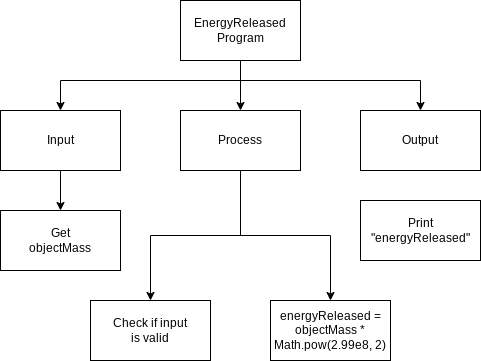
Above: design/top_down.png in Emmanuel-Fofeyin/ICS4U-Intro1-01-Typescript (draw.io), before the change. Source tidied: cells renumbered, new cells last; positions are measured from the earlier drawing's top-left corner, leaving out a move shared by most shapes. Source of this version:
```xml
<mxGraphModel>
  <root>
    <mxCell id="0" />
    <mxCell id="1" parent="0" />
    <mxCell id="2" style="edgeStyle=none;html=1;entryX=0.5;entryY=0;entryDx=0;entryDy=0;" parent="1" edge="1" source="5" target="10">
      <mxGeometry relative="1" as="geometry" />
    </mxCell>
    <mxCell id="3" style="edgeStyle=orthogonalEdgeStyle;html=1;entryX=0.5;entryY=0;entryDx=0;entryDy=0;rounded=0;" parent="1" edge="1" source="5" target="7">
      <mxGeometry relative="1" as="geometry">
        <Array as="points">
          <mxPoint x="240" y="80" />
          <mxPoint x="60" y="80" />
        </Array>
      </mxGeometry>
    </mxCell>
    <mxCell id="4" style="edgeStyle=orthogonalEdgeStyle;rounded=0;html=1;entryX=0.5;entryY=0;entryDx=0;entryDy=0;" parent="1" edge="1" source="5" target="11">
      <mxGeometry relative="1" as="geometry">
        <Array as="points">
          <mxPoint x="240" y="80" />
          <mxPoint x="420" y="80" />
        </Array>
      </mxGeometry>
    </mxCell>
    <mxCell id="5" value="EnergyReleased&lt;br&gt;Program" style="rounded=0;whiteSpace=wrap;html=1;" parent="1" vertex="1">
      <mxGeometry x="180" width="120" height="60" as="geometry" />
    </mxCell>
    <mxCell id="6" style="edgeStyle=orthogonalEdgeStyle;rounded=0;html=1;entryX=0.5;entryY=0;entryDx=0;entryDy=0;" parent="1" edge="1" source="7" target="12">
      <mxGeometry relative="1" as="geometry" />
    </mxCell>
    <mxCell id="7" value="Input" style="rounded=0;whiteSpace=wrap;html=1;" parent="1" vertex="1">
      <mxGeometry y="110" width="120" height="60" as="geometry" />
    </mxCell>
    <mxCell id="8" style="edgeStyle=orthogonalEdgeStyle;rounded=0;html=1;entryX=0.5;entryY=0;entryDx=0;entryDy=0;" parent="1" edge="1" source="10" target="13">
      <mxGeometry relative="1" as="geometry" />
    </mxCell>
    <mxCell id="9" style="edgeStyle=orthogonalEdgeStyle;rounded=0;html=1;entryX=0.5;entryY=0;entryDx=0;entryDy=0;" parent="1" edge="1" source="10" target="14">
      <mxGeometry relative="1" as="geometry" />
    </mxCell>
    <mxCell id="10" value="Process" style="rounded=0;whiteSpace=wrap;html=1;" parent="1" vertex="1">
      <mxGeometry x="180" y="110" width="120" height="60" as="geometry" />
    </mxCell>
    <mxCell id="11" value="Output" style="rounded=0;whiteSpace=wrap;html=1;" parent="1" vertex="1">
      <mxGeometry x="360" y="110" width="120" height="60" as="geometry" />
    </mxCell>
    <mxCell id="12" value="Get&lt;br&gt;objectMass" style="rounded=0;whiteSpace=wrap;html=1;" parent="1" vertex="1">
      <mxGeometry y="210" width="120" height="60" as="geometry" />
    </mxCell>
    <mxCell id="13" value="Check if input &lt;br&gt;is valid" style="rounded=0;whiteSpace=wrap;html=1;" parent="1" vertex="1">
      <mxGeometry x="90" y="300" width="120" height="60" as="geometry" />
    </mxCell>
    <mxCell id="14" value="&lt;div&gt;energyReleased = objectMass * Math.pow(2.99e8, 2)&lt;/div&gt;" style="rounded=0;whiteSpace=wrap;html=1;" parent="1" vertex="1">
      <mxGeometry x="270" y="300" width="120" height="60" as="geometry" />
    </mxCell>
    <mxCell id="15" value="Print&lt;br&gt;&quot;energyReleased&quot;" style="rounded=0;whiteSpace=wrap;html=1;" parent="1" vertex="1">
      <mxGeometry x="360" y="200" width="120" height="60" as="geometry" />
    </mxCell>
  </root>
</mxGraphModel>
```
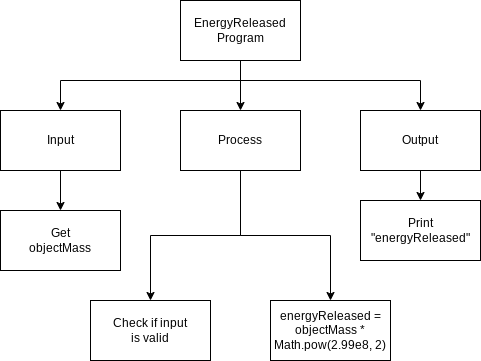
The same file after the commit.

What changed in the source:
```diff
@@ -39,6 +39,9 @@
     <mxCell id="10" value="Process" style="rounded=0;whiteSpace=wrap;html=1;" parent="1" vertex="1">
       <mxGeometry x="180" y="110" width="120" height="60" as="geometry" />
     </mxCell>
+    <mxCell id="16" style="edgeStyle=none;html=1;entryX=0.5;entryY=0;entryDx=0;entryDy=0;" parent="1" edge="1" source="11" target="15">
+      <mxGeometry relative="1" as="geometry" />
+    </mxCell>
     <mxCell id="11" value="Output" style="rounded=0;whiteSpace=wrap;html=1;" parent="1" vertex="1">
       <mxGeometry x="360" y="110" width="120" height="60" as="geometry" />
     </mxCell>
```
